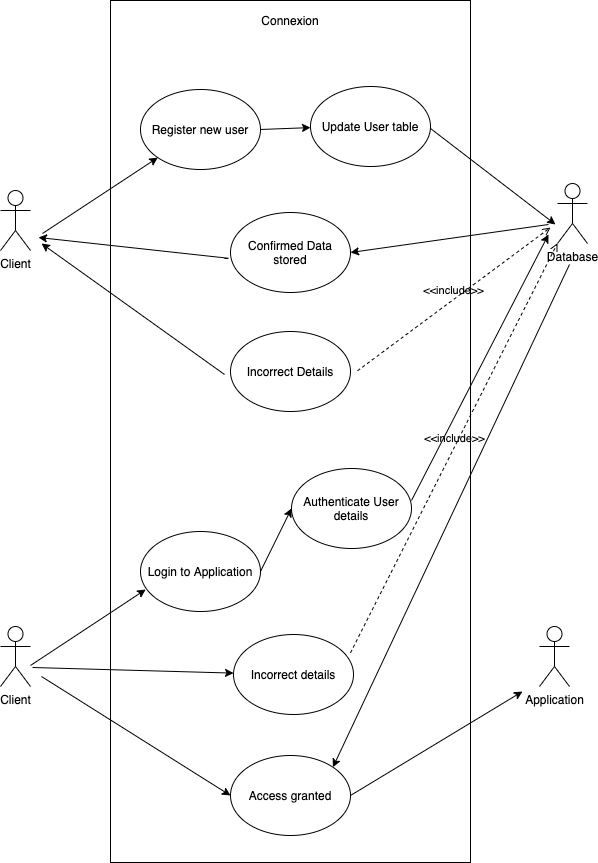
LuqaEducation/docs keeps this draw.io diagram as uses_cases-Authentification.png. Above is the earlier version. Source tidied: cells renumbered, new cells last; positions are measured from the earlier drawing's top-left corner, leaving out a move shared by most shapes.
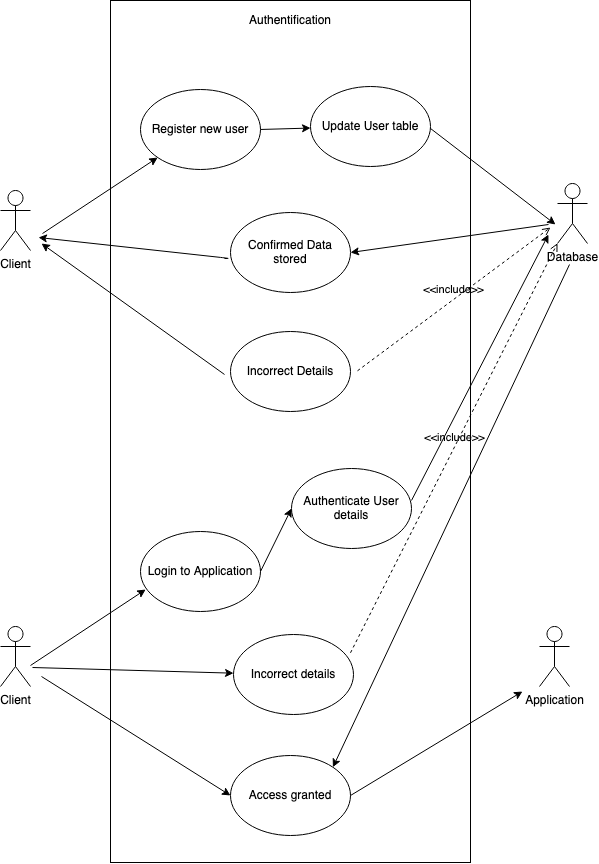
After the change.

Commit message:
update: Use cases

Change to the diagram source:
```diff
@@ -5,7 +5,7 @@
     <mxCell id="2" style="rounded=0;whiteSpace=wrap;html=1;" parent="1" vertex="1">
       <mxGeometry x="110" width="360" height="862" as="geometry" />
     </mxCell>
-    <mxCell id="3" value="Connexion" style="text;html=1;strokeColor=none;fillColor=none;align=center;verticalAlign=middle;whiteSpace=wrap;rounded=0;" parent="1" vertex="1">
+    <mxCell id="3" value="Authentification" style="text;html=1;strokeColor=none;fillColor=none;align=center;verticalAlign=middle;whiteSpace=wrap;rounded=0;" parent="1" vertex="1">
       <mxGeometry x="270" y="10" width="40" height="20" as="geometry" />
     </mxCell>
     <mxCell id="4" value="Client" style="shape=umlActor;verticalLabelPosition=bottom;verticalAlign=top;html=1;" parent="1" vertex="1">
```
